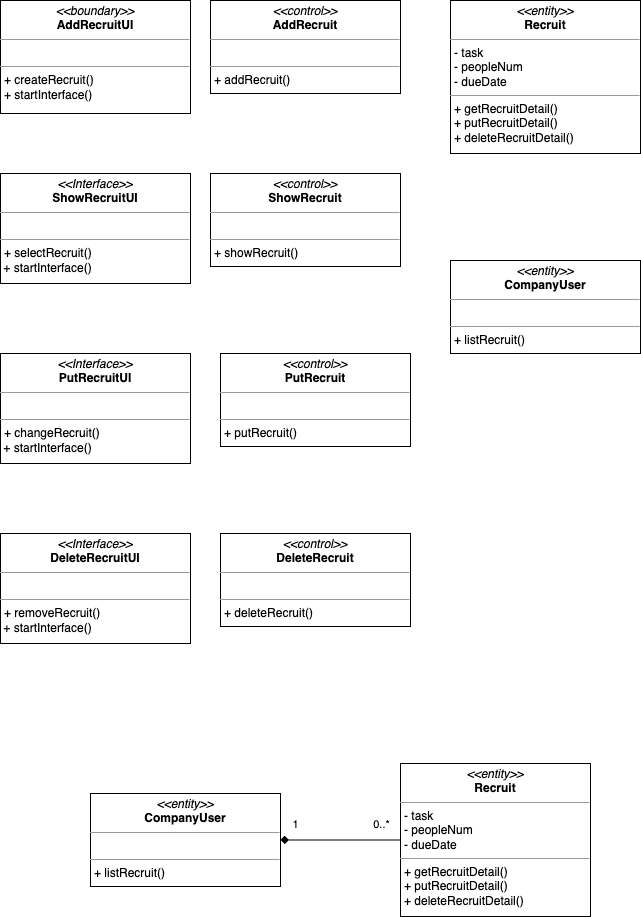
Before: Homework2/AnalysisClassDiagram/분석 다이어그램_유선호.png, a diagram exported from draw.io (THLcode/SoftwareEngineering). Source tidied: cells renumbered, new cells last; positions are measured from the earlier drawing's top-left corner, leaving out a move shared by most shapes.
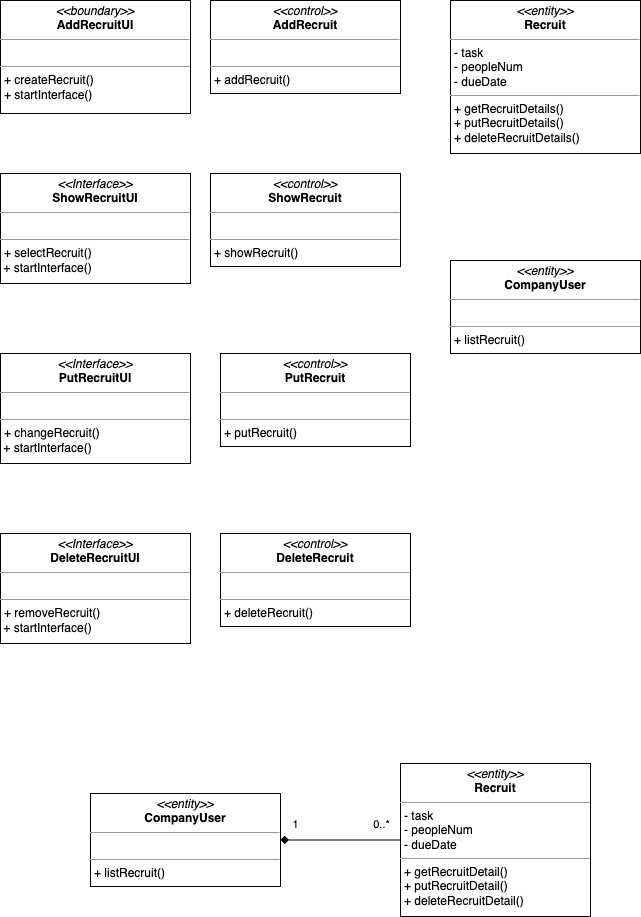
The same file after the commit.

Commit message:
feat : 다이어그램 수정

Change to the diagram source:
```diff
@@ -26,7 +26,7 @@
     <mxCell id="9" value="&lt;p style=&quot;margin:0px;margin-top:4px;text-align:center;&quot;&gt;&lt;i&gt;&amp;lt;&amp;lt;control&amp;gt;&amp;gt;&lt;/i&gt;&lt;br&gt;&lt;b&gt;DeleteRecruit&lt;/b&gt;&lt;/p&gt;&lt;hr size=&quot;1&quot;&gt;&lt;p style=&quot;margin:0px;margin-left:4px;&quot;&gt;&lt;br&gt;&lt;/p&gt;&lt;hr size=&quot;1&quot;&gt;&lt;p style=&quot;margin:0px;margin-left:4px;&quot;&gt;+ deleteRecruit()&lt;br&gt;&lt;/p&gt;" style="verticalAlign=top;align=left;overflow=fill;fontSize=12;fontFamily=Helvetica;html=1;rounded=0;shadow=0;comic=0;labelBackgroundColor=none;strokeWidth=1;" parent="1" vertex="1">
       <mxGeometry x="220" y="533" width="190" height="93" as="geometry" />
     </mxCell>
-    <mxCell id="10" value="&lt;p style=&quot;margin:0px;margin-top:4px;text-align:center;&quot;&gt;&lt;i&gt;&amp;lt;&amp;lt;entity&amp;gt;&amp;gt;&lt;/i&gt;&lt;br&gt;&lt;b&gt;Recruit&lt;/b&gt;&lt;/p&gt;&lt;hr size=&quot;1&quot;&gt;&lt;p style=&quot;margin:0px;margin-left:4px;&quot;&gt;- task&lt;/p&gt;&lt;p style=&quot;margin:0px;margin-left:4px;&quot;&gt;- peopleNum&lt;/p&gt;&lt;p style=&quot;margin:0px;margin-left:4px;&quot;&gt;- dueDate&lt;/p&gt;&lt;hr size=&quot;1&quot;&gt;&lt;p style=&quot;margin:0px;margin-left:4px;&quot;&gt;+ getRecruitDetail()&lt;br&gt;&lt;/p&gt;&lt;p style=&quot;margin:0px;margin-left:4px;&quot;&gt;+ putRecruitDetail()&lt;br&gt;&lt;/p&gt;&lt;p style=&quot;margin:0px;margin-left:4px;&quot;&gt;+ deleteRecruitDetail()&lt;br&gt;&lt;/p&gt;" style="verticalAlign=top;align=left;overflow=fill;fontSize=12;fontFamily=Helvetica;html=1;rounded=0;shadow=0;comic=0;labelBackgroundColor=none;strokeWidth=1;" parent="1" vertex="1">
+    <mxCell id="10" value="&lt;p style=&quot;margin:0px;margin-top:4px;text-align:center;&quot;&gt;&lt;i&gt;&amp;lt;&amp;lt;entity&amp;gt;&amp;gt;&lt;/i&gt;&lt;br&gt;&lt;b&gt;Recruit&lt;/b&gt;&lt;/p&gt;&lt;hr size=&quot;1&quot;&gt;&lt;p style=&quot;margin:0px;margin-left:4px;&quot;&gt;- task&lt;/p&gt;&lt;p style=&quot;margin:0px;margin-left:4px;&quot;&gt;- peopleNum&lt;/p&gt;&lt;p style=&quot;margin:0px;margin-left:4px;&quot;&gt;- dueDate&lt;/p&gt;&lt;hr size=&quot;1&quot;&gt;&lt;p style=&quot;margin:0px;margin-left:4px;&quot;&gt;+ getRecruitDetails()&lt;br&gt;&lt;/p&gt;&lt;p style=&quot;margin:0px;margin-left:4px;&quot;&gt;+ putRecruitDetails()&lt;br&gt;&lt;/p&gt;&lt;p style=&quot;margin:0px;margin-left:4px;&quot;&gt;+ deleteRecruitDetails()&lt;br&gt;&lt;/p&gt;" style="verticalAlign=top;align=left;overflow=fill;fontSize=12;fontFamily=Helvetica;html=1;rounded=0;shadow=0;comic=0;labelBackgroundColor=none;strokeWidth=1;" parent="1" vertex="1">
       <mxGeometry x="450" width="190" height="153" as="geometry" />
     </mxCell>
     <mxCell id="11" value="&lt;p style=&quot;margin:0px;margin-top:4px;text-align:center;&quot;&gt;&lt;i&gt;&amp;lt;&amp;lt;entity&amp;gt;&amp;gt;&lt;/i&gt;&lt;br&gt;&lt;b&gt;CompanyUser&lt;/b&gt;&lt;/p&gt;&lt;hr size=&quot;1&quot;&gt;&lt;p style=&quot;margin:0px;margin-left:4px;&quot;&gt;&lt;br&gt;&lt;/p&gt;&lt;hr size=&quot;1&quot;&gt;&lt;p style=&quot;margin:0px;margin-left:4px;&quot;&gt;+ listRecruit()&lt;br&gt;&lt;/p&gt;" style="verticalAlign=top;align=left;overflow=fill;fontSize=12;fontFamily=Helvetica;html=1;rounded=0;shadow=0;comic=0;labelBackgroundColor=none;strokeWidth=1;" parent="1" vertex="1">
```
